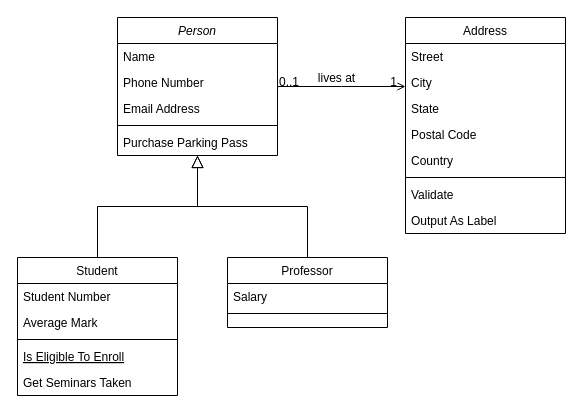
Earlier version of the draw.io diagram page "Water Sort Puzzle" (1 of 2) of Water Sort Puzzle.drawio (cjinle/mynote). Source tidied: cells renumbered, new cells numbered last; positions are measured from the earlier drawing's top-left corner, leaving out a move shared by most shapes. Both pictures are drawn from the tidied source at 100%, with x=0, y=0 at pixel (17, 17).
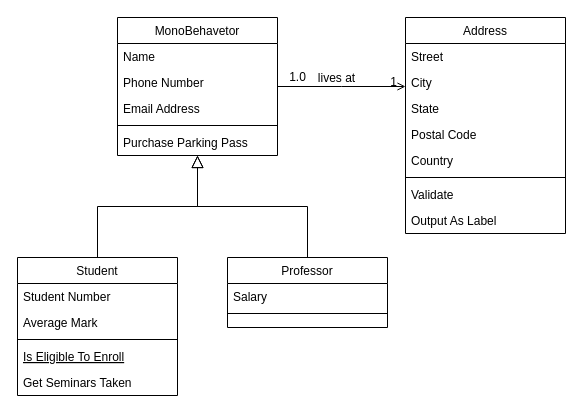
Above is the later version.

The change refers to these unchanged cells:
```xml
<mxCell id="28" style="endArrow=open;shadow=0;strokeWidth=1;rounded=0;endFill=1;edgeStyle=elbowEdgeStyle;elbow=vertical;" parent="1" edge="1" source="2" target="19">
  <mxGeometry x="0.5" y="41" relative="1" as="geometry">
    <mxPoint x="-40" y="32" as="offset" />
  </mxGeometry>
</mxCell>
```

The edit, as a diff of the source:
```diff
@@
-    <mxCell id="2" value="Person" style="swimlane;fontStyle=2;align=center;verticalAlign=top;horizontal=1;startSize=26;rounded=0;shadow=0;strokeWidth=1;" parent="1" vertex="1">
+    <mxCell id="2" value="MonoBehavetor" style="swimlane;fontStyle=0;align=center;verticalAlign=top;horizontal=1;startSize=26;rounded=0;shadow=0;strokeWidth=1;" parent="1" vertex="1">
       <mxGeometry x="100" width="160" height="138" as="geometry" />
     </mxCell>
@@
-    <mxCell id="29" value="0..1" style="align=left;verticalAlign=bottom;labelBackgroundColor=none;fontSize=12;" parent="28" vertex="1">
-      <mxGeometry x="-1" relative="1" as="geometry">
-        <mxPoint y="4" as="offset" />
-      </mxGeometry>
-    </mxCell>
@@
+    <mxCell id="32" value="1.0" style="text;html=1;align=center;verticalAlign=middle;strokeColor=none;fillColor=none;" parent="1" vertex="1">
+      <mxGeometry x="260" y="45" width="40" height="30" as="geometry" />
+    </mxCell>
```
